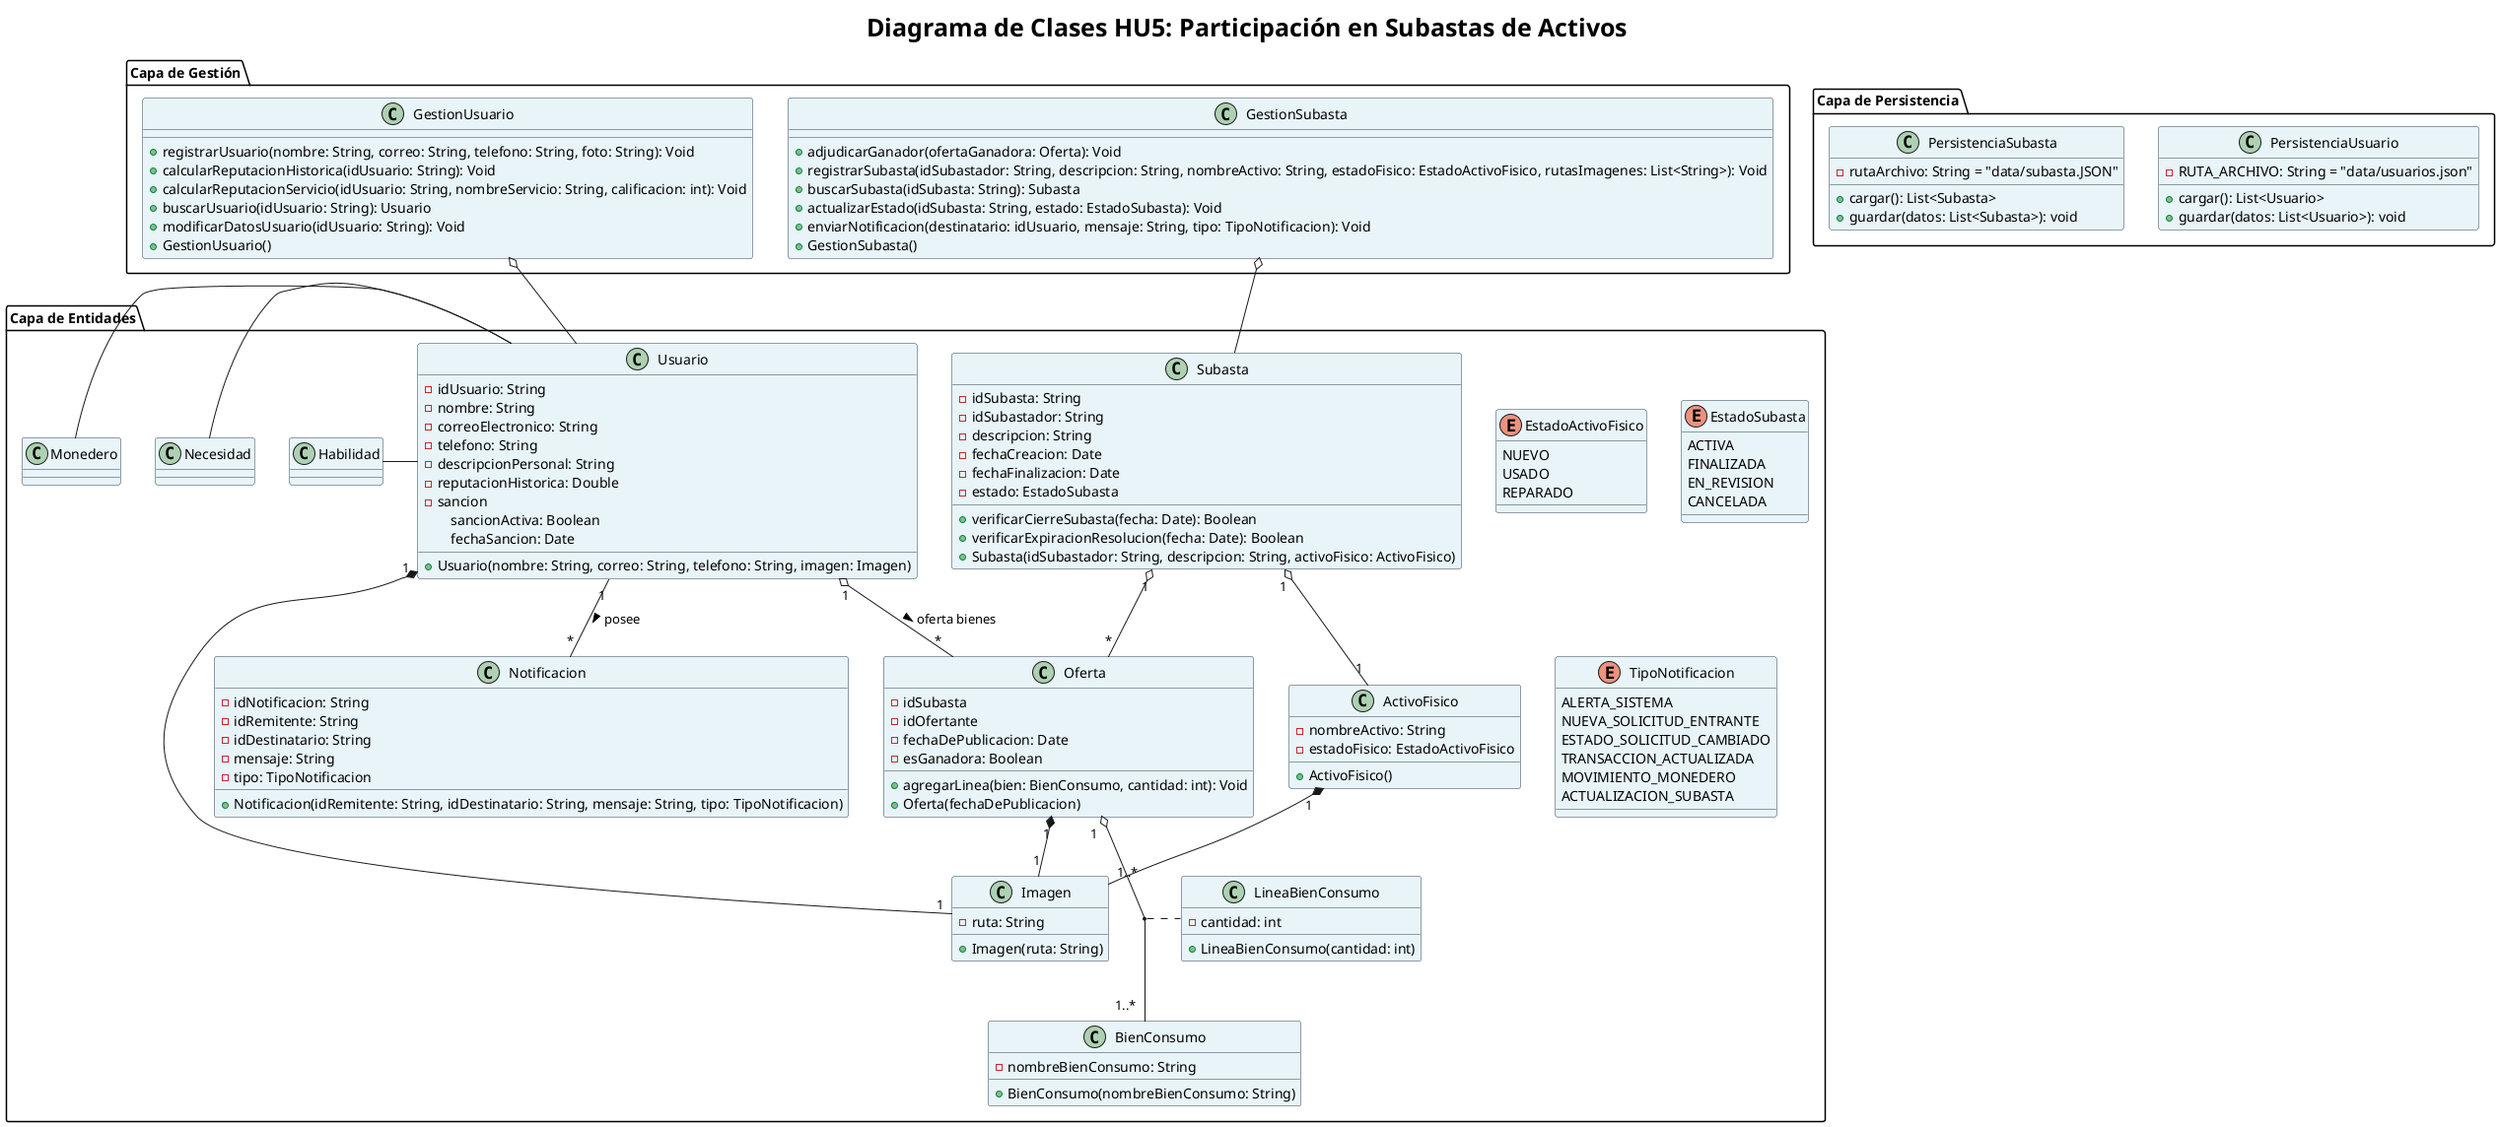
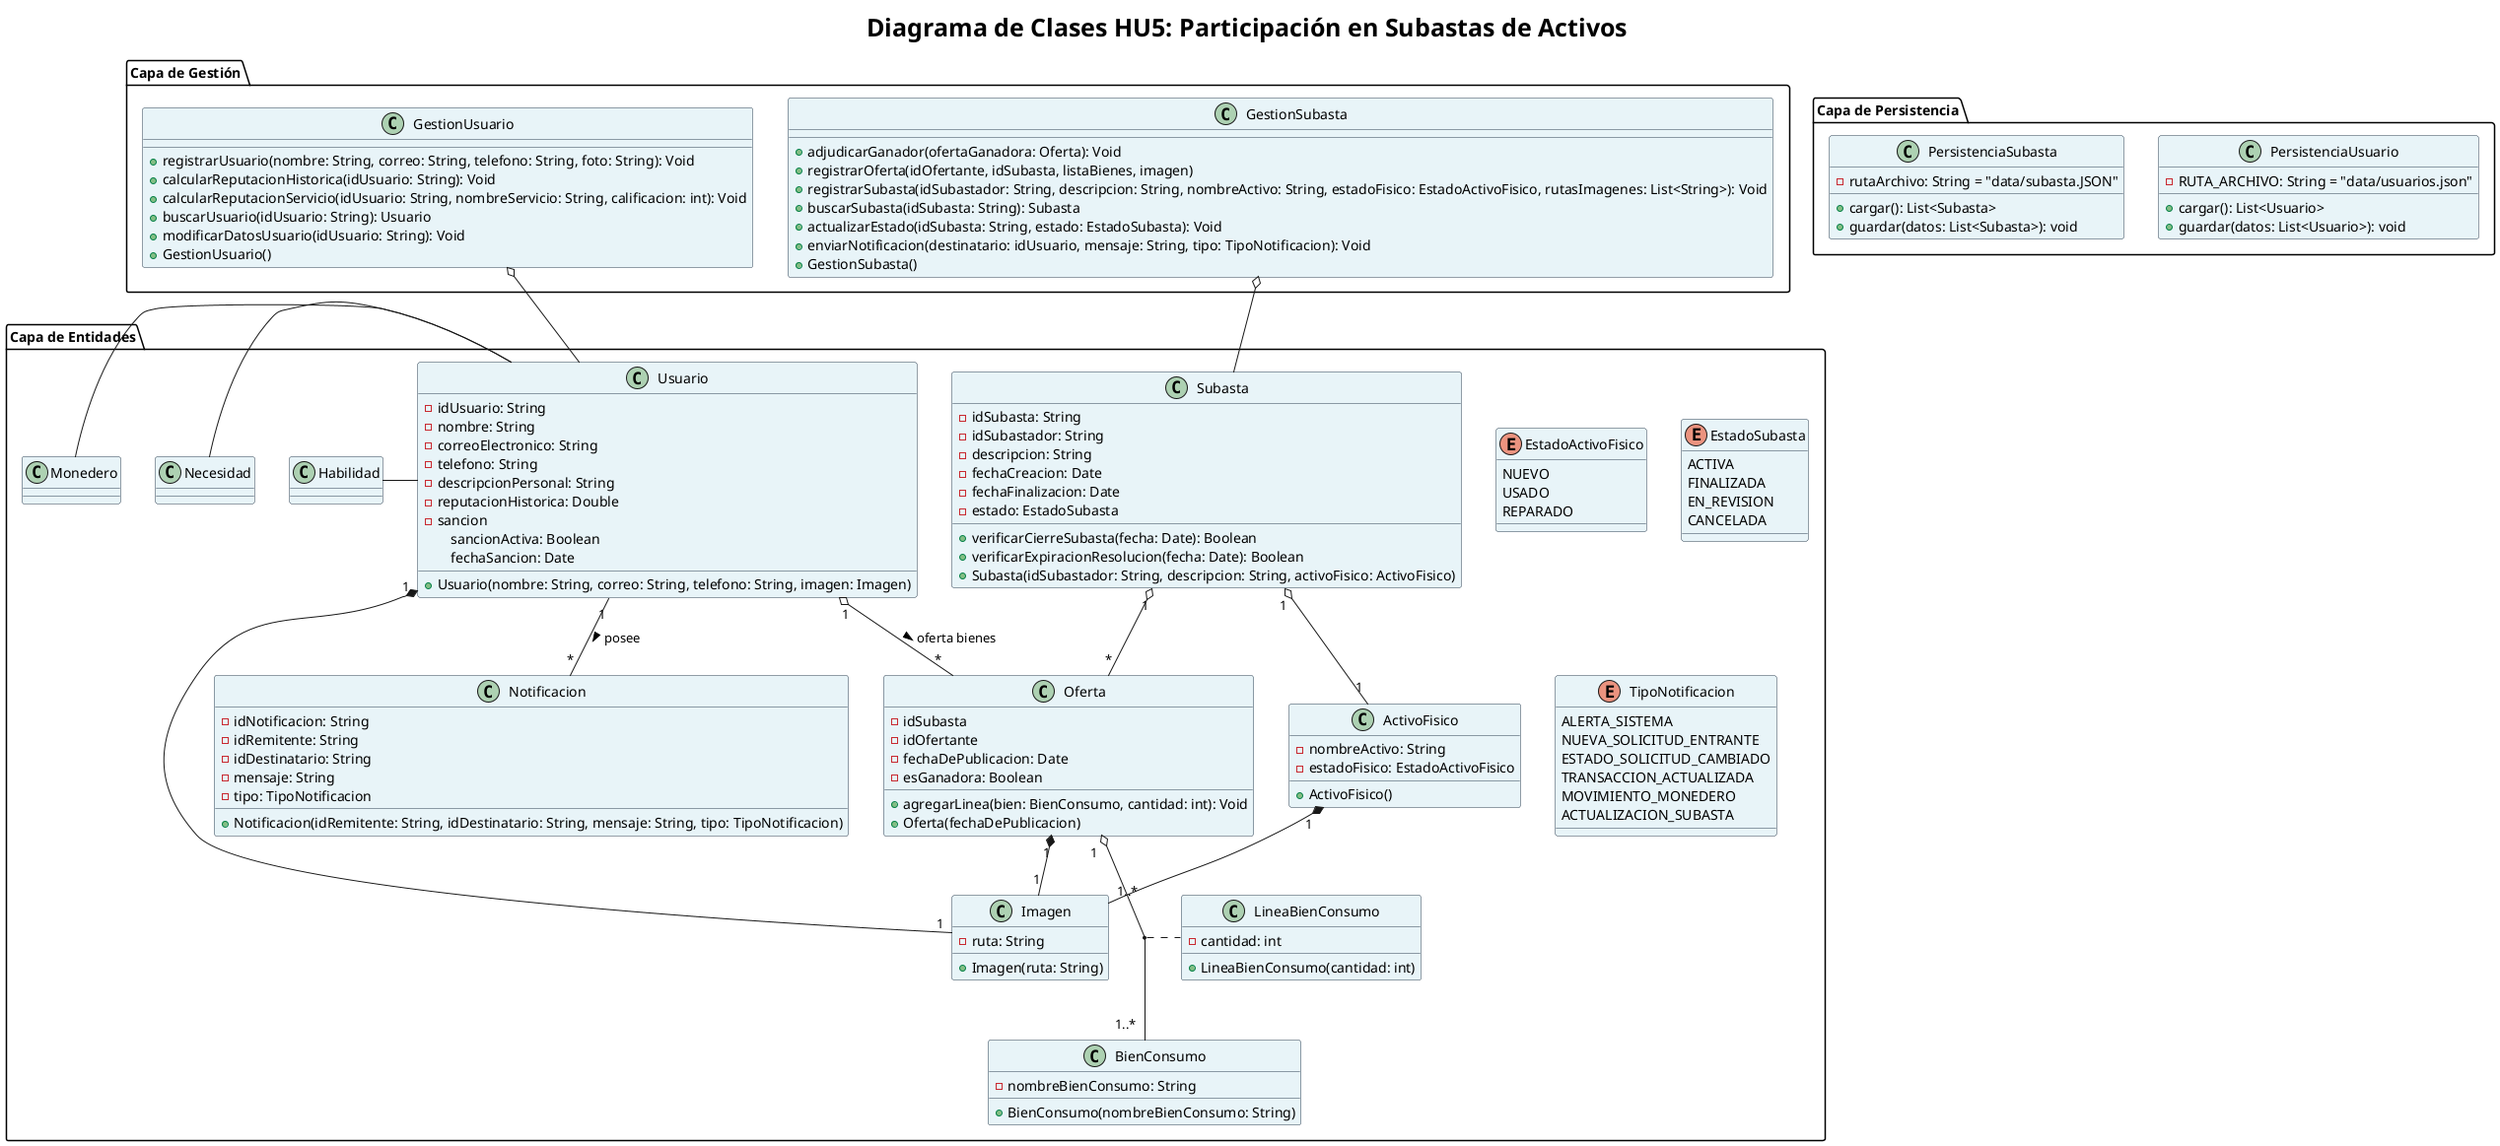
@startuml

skinparam DefaultFontName Arial
skinparam ClassBackgroundColor #E8F4F8
skinparam ClassBorderColor #2C3E50
skinparam noteBackgroundColor #FDEDEC
skinparam noteBorderColor #E74C3C

title <size:25> Diagrama de Clases HU5: Participación en Subastas de Activos

package "Capa de Entidades" {

    class Usuario {
        - idUsuario: String
        - nombre: String
        - correoElectronico: String
        - telefono: String
        - descripcionPersonal: String
        - reputacionHistorica: Double
        - sancion
        <space:10> sancionActiva: Boolean
        <space:10> fechaSancion: Date
        + Usuario(nombre: String, correo: String, telefono: String, imagen: Imagen)
    }

    class Monedero {
    }

    class Habilidad {
    }

    class Necesidad {
    }

    class Imagen {
    - ruta: String
    + Imagen(ruta: String)
    }

    class Notificacion {
        - idNotificacion: String
        - idRemitente: String
        - idDestinatario: String
        - mensaje: String
        - tipo: TipoNotificacion
        + Notificacion(idRemitente: String, idDestinatario: String, mensaje: String, tipo: TipoNotificacion)
    }

    class Subasta {
        - idSubasta: String
        - idSubastador: String
        - descripcion: String
        - fechaCreacion: Date
        - fechaFinalizacion: Date
        - estado: EstadoSubasta
        + verificarCierreSubasta(fecha: Date): Boolean
        + verificarExpiracionResolucion(fecha: Date): Boolean
        + Subasta(idSubastador: String, descripcion: String, activoFisico: ActivoFisico)
    }

    class ActivoFisico {
        - nombreActivo: String
        - estadoFisico: EstadoActivoFisico
        + ActivoFisico()
    }

    class Oferta {
        - idSubasta
        - idOfertante
        - fechaDePublicacion: Date
        - esGanadora: Boolean
        + agregarLinea(bien: BienConsumo, cantidad: int): Void
        + Oferta(fechaDePublicacion)
    }

    class LineaBienConsumo {
        - cantidad: int
        + LineaBienConsumo(cantidad: int)
    }

    class BienConsumo {
        - nombreBienConsumo: String
        + BienConsumo(nombreBienConsumo: String)
    }

    Oferta "1  " o-- "1..*  " BienConsumo
    (Oferta, BienConsumo) .. LineaBienConsumo
    Usuario "1" o-- "*" Oferta : oferta bienes >
    Subasta "1" o-- "*" Oferta
    Subasta "1 " o-- "1" ActivoFisico
    Oferta "1" *-- "1" Imagen
    ActivoFisico "1" *-- "1..* " Imagen
    Usuario -left- Monedero
    Usuario -left- Habilidad
    Usuario -left- Necesidad
    Usuario "1" *-- "1" Imagen
    Usuario "1" -- "*" Notificacion : posee >

    enum EstadoActivoFisico {
        NUEVO
        USADO
        REPARADO
    }

    enum EstadoSubasta {
        ACTIVA
        FINALIZADA
        EN_REVISION
        CANCELADA
    }


    enum TipoNotificacion {
        ALERTA_SISTEMA
        NUEVA_SOLICITUD_ENTRANTE
        ESTADO_SOLICITUD_CAMBIADO
        TRANSACCION_ACTUALIZADA
        MOVIMIENTO_MONEDERO
        ACTUALIZACION_SUBASTA
    }

}



package "Capa de Gestión" {

    class GestionUsuario {
        + registrarUsuario(nombre: String, correo: String, telefono: String, foto: String): Void
        + calcularReputacionHistorica(idUsuario: String): Void
        + calcularReputacionServicio(idUsuario: String, nombreServicio: String, calificacion: int): Void
        + buscarUsuario(idUsuario: String): Usuario
        + modificarDatosUsuario(idUsuario: String): Void
        + GestionUsuario()
    }

    class GestionSubasta {
        + adjudicarGanador(ofertaGanadora: Oferta): Void
+         + registrarOferta(idOfertante, idSubasta, listaBienes, imagen)
        + registrarSubasta(idSubastador: String, descripcion: String, nombreActivo: String, estadoFisico: EstadoActivoFisico, rutasImagenes: List<String>): Void
        + buscarSubasta(idSubasta: String): Subasta
        + actualizarEstado(idSubasta: String, estado: EstadoSubasta): Void
        + enviarNotificacion(destinatario: idUsuario, mensaje: String, tipo: TipoNotificacion): Void
        + GestionSubasta()

    }

    GestionUsuario o-- Usuario
    GestionSubasta o-- Subasta
}

package "Capa de Persistencia" {

    class PersistenciaUsuario {
        - RUTA_ARCHIVO: String = "data/usuarios.json"
        + cargar(): List<Usuario>
        + guardar(datos: List<Usuario>): void
    }

    class PersistenciaSubasta {
        - rutaArchivo: String = "data/subasta.JSON"
        + cargar(): List<Subasta>
        + guardar(datos: List<Subasta>): void
    }

}

@enduml